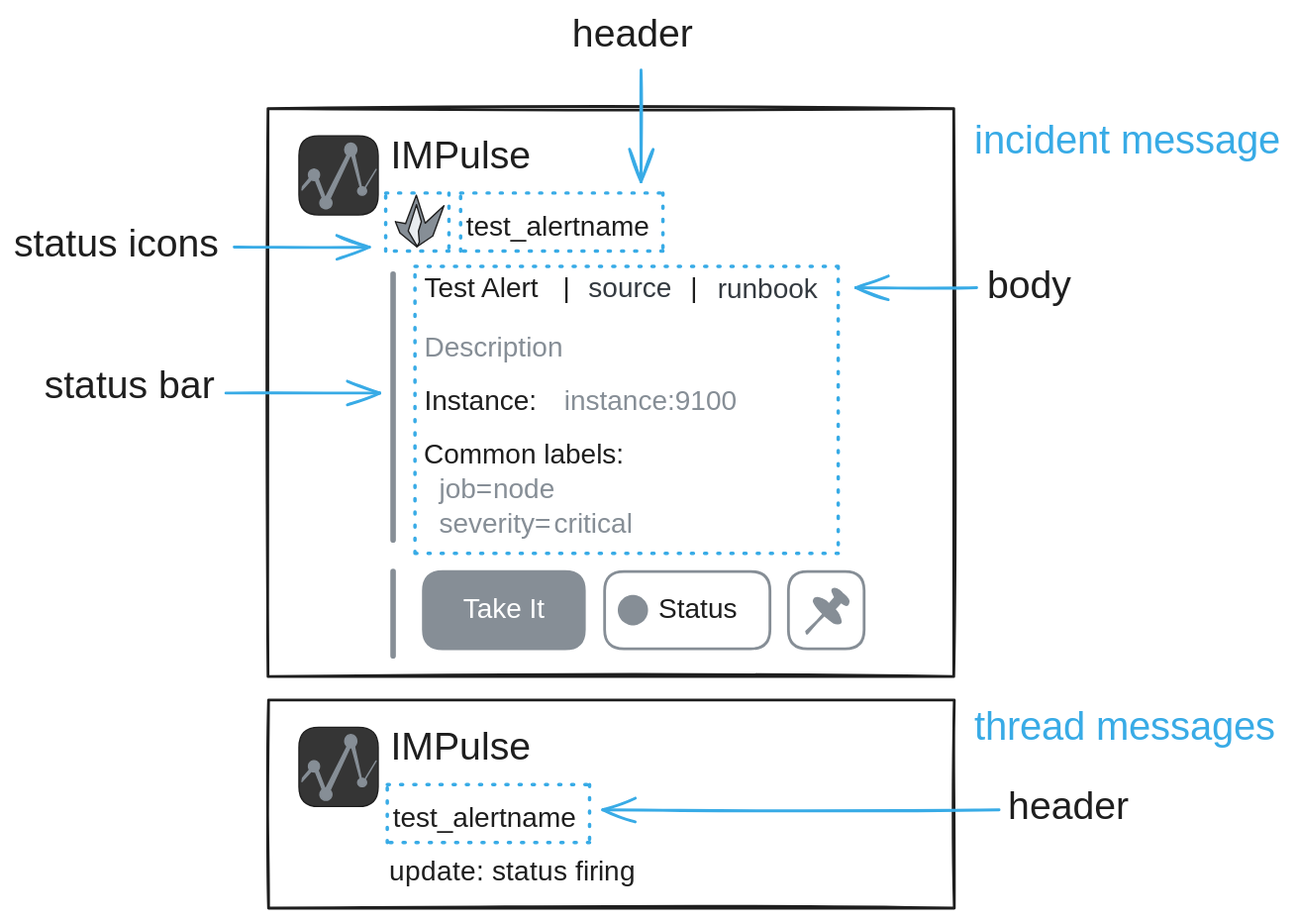
Earlier version of the Excalidraw export docs/content/media/impulse_slack_message_structure.excalidraw.svg (eslupmi/impulse). Source tidied: one line per element, renumbered; positions are measured from the earlier drawing's top-left corner, leaving out a move shared by most shapes. The source it was exported from:
```json
{"id": 0, "type": "rectangle", "strokeColor": "#1e1e1e", "strokeWidth": 2, "roughness": 1, "x": 183, "y": 68, "width": 495, "height": 410}
{"id": 1, "type": "text", "text": "IMPulse", "strokeColor": "#1e1e1e", "strokeWidth": 2, "roughness": 1, "fontSize": 28, "fontFamily": 2, "x": 272, "y": 88, "width": 101, "height": 32}
{"id": 2, "type": "rectangle", "strokeColor": "#1e1e1e", "backgroundColor": "#353535", "fillStyle": "solid", "strokeWidth": 1, "roughness": 0, "round": true, "x": 206, "y": 88, "width": 57, "height": 57}
{"id": 3, "type": "line", "strokeColor": "#868e96", "backgroundColor": "#868e96", "fillStyle": "solid", "strokeWidth": 1, "roughness": 0, "x": 208, "y": 125, "width": 53, "height": 45, "points": [[0, 0], [9, -11], [16, 8], [36, -30], [43, 4], [53, -12], [43, 5], [35, -24], [17, 15], [8, -7], [0, 2]]}
{"id": 4, "type": "ellipse", "strokeColor": "#868e96", "backgroundColor": "#868e96", "fillStyle": "solid", "strokeWidth": 1, "roughness": 0, "x": 239, "y": 93, "width": 9, "height": 9}
{"id": 5, "type": "ellipse", "strokeColor": "#868e96", "backgroundColor": "#868e96", "fillStyle": "solid", "strokeWidth": 1, "roughness": 0, "x": 221, "y": 132, "width": 9, "height": 8}
{"id": 6, "type": "ellipse", "strokeColor": "#868e96", "backgroundColor": "#868e96", "fillStyle": "solid", "strokeWidth": 1, "roughness": 0, "x": 213, "y": 112, "width": 8, "height": 8}
{"id": 7, "type": "ellipse", "strokeColor": "#868e96", "backgroundColor": "#868e96", "fillStyle": "solid", "strokeWidth": 1, "roughness": 0, "x": 248, "y": 125, "width": 6, "height": 6}
{"id": 8, "type": "line", "strokeColor": "#1e1e1e", "backgroundColor": "#868e96", "fillStyle": "solid", "strokeWidth": 1, "roughness": 0, "x": 291, "y": 168, "width": 35, "height": 37, "points": [[0, 0], [-12, -10], [-15, -18], [-8, -17], [0, -37], [6, -17], [20, -30], [12, -8], [0, 0]]}
{"id": 9, "type": "line", "strokeColor": "#1e1e1e", "backgroundColor": "#e9ecef", "fillStyle": "solid", "strokeWidth": 1, "roughness": 0, "x": 291, "y": 168, "width": 10, "height": 30, "points": [[0, 0], [-7, -11], [-1, -30], [3, -18], [1, -11], [2, -3]]}
{"id": 10, "type": "text", "text": "test_alertname", "strokeColor": "#1e1e1e", "backgroundColor": "#ffec99", "fillStyle": "solid", "strokeWidth": 1, "roughness": 0, "fontSize": 20, "fontFamily": 2, "x": 326, "y": 143, "width": 132, "height": 23}
{"id": 11, "type": "line", "strokeColor": "#868e96", "backgroundColor": "#ffec99", "fillStyle": "solid", "strokeWidth": 4, "roughness": 0, "x": 274, "y": 188, "width": 0, "height": 192, "points": [[0, 0], [0, 192]]}
{"id": 12, "type": "text", "text": "Description", "strokeColor": "#868e96", "backgroundColor": "#ffec99", "fillStyle": "solid", "strokeWidth": 4, "roughness": 2, "fontSize": 20, "fontFamily": 2, "x": 296, "y": 231, "width": 100, "height": 23}
{"id": 13, "type": "text", "text": "Instance: ", "strokeColor": "#1e1e1e", "backgroundColor": "#ffec99", "fillStyle": "solid", "strokeWidth": 4, "roughness": 2, "fontSize": 20, "fontFamily": 2, "x": 296, "y": 269, "width": 87, "height": 23}
{"id": 14, "type": "text", "text": "instance:9100", "strokeColor": "#868e96", "backgroundColor": "#ffec99", "fillStyle": "solid", "strokeWidth": 4, "roughness": 2, "fontSize": 20, "fontFamily": 2, "x": 397, "y": 269, "width": 125, "height": 23}
{"id": 15, "type": "text", "text": "Common labels:", "strokeColor": "#1e1e1e", "backgroundColor": "#ffec99", "fillStyle": "solid", "strokeWidth": 4, "roughness": 2, "fontSize": 20, "fontFamily": 2, "x": 296, "y": 307, "width": 145, "height": 23}
{"id": 16, "type": "text", "text": "  job=", "strokeColor": "#868e96", "backgroundColor": "#ffec99", "fillStyle": "solid", "strokeWidth": 4, "roughness": 2, "fontSize": 20, "fontFamily": 2, "x": 296, "y": 332, "width": 49, "height": 23}
{"id": 17, "type": "text", "text": "node", "strokeColor": "#868e96", "backgroundColor": "#ffec99", "fillStyle": "solid", "strokeWidth": 4, "roughness": 2, "fontSize": 20, "fontFamily": 2, "x": 346, "y": 332, "width": 44, "height": 23}
{"id": 18, "type": "text", "text": "  severity=", "strokeColor": "#868e96", "backgroundColor": "#ffec99", "fillStyle": "solid", "strokeWidth": 4, "roughness": 2, "fontSize": 20, "fontFamily": 2, "x": 296, "y": 357, "width": 92, "height": 23}
{"id": 19, "type": "text", "text": "critical", "strokeColor": "#868e96", "backgroundColor": "#ffec99", "fillStyle": "solid", "strokeWidth": 4, "roughness": 2, "fontSize": 20, "fontFamily": 2, "x": 390, "y": 357, "width": 57, "height": 23}
{"id": 20, "type": "line", "strokeColor": "#868e96", "backgroundColor": "#ffec99", "fillStyle": "solid", "strokeWidth": 4, "roughness": 0, "x": 274, "y": 402, "width": 0, "height": 61, "points": [[0, 0], [0, 61]]}
{"id": 21, "type": "text", "text": "Test Alert", "strokeColor": "#1e1e1e", "backgroundColor": "#ffec99", "fillStyle": "solid", "strokeWidth": 4, "roughness": 2, "fontSize": 20, "fontFamily": 2, "x": 296, "y": 188, "width": 83, "height": 23}
{"id": 22, "type": "text", "text": "source", "strokeColor": "#343a40", "backgroundColor": "#ffec99", "fillStyle": "solid", "strokeWidth": 4, "roughness": 2, "fontSize": 20, "fontFamily": 2, "x": 415, "y": 188, "width": 60, "height": 23}
{"id": 23, "type": "text", "text": "|", "strokeColor": "#1e1e1e", "backgroundColor": "#ffec99", "fillStyle": "solid", "strokeWidth": 4, "roughness": 2, "fontSize": 20, "fontFamily": 2, "x": 488, "y": 187, "width": 5, "height": 23}
{"id": 24, "type": "text", "text": "runbook", "strokeColor": "#343a40", "backgroundColor": "#ffec99", "fillStyle": "solid", "strokeWidth": 4, "roughness": 2, "fontSize": 20, "fontFamily": 2, "x": 508, "y": 188, "width": 72, "height": 23}
{"id": 25, "type": "text", "text": "|", "strokeColor": "#1e1e1e", "backgroundColor": "#ffec99", "fillStyle": "solid", "strokeWidth": 4, "roughness": 2, "fontSize": 20, "fontFamily": 2, "x": 396, "y": 188, "width": 5, "height": 23}
{"id": 26, "type": "rectangle", "strokeColor": "#38abe6", "strokeWidth": 2, "strokeStyle": "dotted", "roughness": 0, "x": 322, "y": 129, "width": 146, "height": 42}
{"id": 27, "type": "rectangle", "strokeColor": "#38abe6", "strokeWidth": 2, "strokeStyle": "dotted", "roughness": 0, "x": 268, "y": 129, "width": 46, "height": 42}
{"id": 28, "type": "rectangle", "strokeColor": "#38abe6", "strokeWidth": 2, "strokeStyle": "dotted", "roughness": 0, "x": 289, "y": 182, "width": 305, "height": 207}
{"id": 29, "type": "text", "text": "header", "strokeColor": "#1e1e1e", "strokeWidth": 2, "roughness": 0, "fontSize": 28, "fontFamily": 2, "x": 403, "y": 0, "width": 87, "height": 32}
{"id": 30, "type": "text", "text": "body", "strokeColor": "#1e1e1e", "strokeWidth": 2, "roughness": 0, "fontSize": 28, "fontFamily": 2, "x": 702, "y": 181, "width": 61, "height": 32}
{"id": 31, "type": "text", "text": "status icons", "strokeColor": "#1e1e1e", "strokeWidth": 2, "roughness": 0, "fontSize": 28, "fontFamily": 2, "x": 0, "y": 151, "width": 148, "height": 32}
{"id": 32, "type": "arrow", "strokeColor": "#38abe6", "strokeWidth": 2, "roughness": 1, "endArrowhead": "arrow", "from": 29, "to": 26, "x": 452, "y": 40, "width": 0, "height": 81, "points": [[0, 0], [0, 81]]}
{"id": 33, "type": "arrow", "strokeColor": "#38abe6", "strokeWidth": 2, "roughness": 1, "endArrowhead": "arrow", "from": 30, "to": 28, "x": 695, "y": 198, "width": 87, "height": 0, "points": [[0, 0], [-87, 0]]}
{"id": 34, "type": "arrow", "strokeColor": "#38abe6", "strokeWidth": 2, "roughness": 1, "endArrowhead": "arrow", "from": 31, "to": 27, "x": 159, "y": 168, "width": 98, "height": 0, "points": [[0, 0], [98, 0]]}
{"id": 35, "type": "rectangle", "strokeColor": "#868e96", "backgroundColor": "#868e96", "fillStyle": "solid", "strokeWidth": 2, "roughness": 0, "round": true, "x": 295, "y": 402, "width": 116, "height": 56}
{"id": 36, "type": "text", "text": "Take It", "strokeColor": "#ffffff", "backgroundColor": "#099268", "fillStyle": "solid", "strokeWidth": 2, "roughness": 0, "fontSize": 20, "fontFamily": 2, "textAlign": "center", "verticalAlign": "middle", "inside": 35, "x": 324, "y": 419, "width": 59, "height": 23}
{"id": 37, "type": "rectangle", "strokeColor": "#868e96", "backgroundColor": "#ffffff", "fillStyle": "solid", "strokeWidth": 2, "roughness": 0, "round": true, "x": 426, "y": 402, "width": 119, "height": 56}
{"id": 38, "type": "text", "text": "Status", "strokeColor": "#1e1e1e", "backgroundColor": "#ffffff", "fillStyle": "solid", "strokeWidth": 2, "roughness": 0, "fontSize": 20, "fontFamily": 2, "textAlign": "right", "x": 465, "y": 419, "width": 57, "height": 23}
{"id": 39, "type": "ellipse", "strokeColor": "transparent", "backgroundColor": "#868e96", "fillStyle": "solid", "strokeWidth": 2, "roughness": 0, "round": true, "x": 436, "y": 419, "width": 22, "height": 22}
{"id": 40, "type": "rectangle", "strokeColor": "#868e96", "backgroundColor": "#ffffff", "fillStyle": "solid", "strokeWidth": 2, "roughness": 0, "round": true, "x": 559, "y": 402, "width": 55, "height": 56}
{"id": 41, "type": "ellipse", "strokeColor": "#868e96", "angle": 0.75, "backgroundColor": "#868e96", "fillStyle": "solid", "strokeWidth": 2, "roughness": 1, "round": true, "x": 590, "y": 418, "width": 14, "height": 4}
{"id": 42, "type": "rectangle", "strokeColor": "#868e96", "angle": 0.75, "backgroundColor": "#868e96", "fillStyle": "solid", "strokeWidth": 2, "roughness": 1, "round": true, "x": 590, "y": 419, "width": 5, "height": 12}
{"id": 43, "type": "line", "strokeColor": "#868e96", "angle": 0.75, "backgroundColor": "#868e96", "fillStyle": "solid", "strokeWidth": 2, "roughness": 1, "round": true, "x": 578, "y": 431, "width": 0, "height": 18, "points": [[0, 0], [0, 18]]}
{"id": 44, "type": "ellipse", "strokeColor": "#868e96", "angle": 0.75, "backgroundColor": "#868e96", "fillStyle": "solid", "strokeWidth": 2, "roughness": 1, "round": true, "x": 575, "y": 427, "width": 24, "height": 8}
{"id": 45, "type": "rectangle", "strokeColor": "#1e1e1e", "strokeWidth": 2, "roughness": 1, "x": 184, "y": 495, "width": 495, "height": 150}
{"id": 46, "type": "text", "text": "IMPulse", "strokeColor": "#1e1e1e", "strokeWidth": 2, "roughness": 1, "fontSize": 28, "fontFamily": 2, "x": 272, "y": 514, "width": 101, "height": 32}
{"id": 47, "type": "rectangle", "strokeColor": "#1e1e1e", "backgroundColor": "#353535", "fillStyle": "solid", "strokeWidth": 1, "roughness": 0, "round": true, "x": 206, "y": 515, "width": 57, "height": 57}
{"id": 48, "type": "line", "strokeColor": "#868e96", "backgroundColor": "#868e96", "fillStyle": "solid", "strokeWidth": 1, "roughness": 0, "x": 208, "y": 551, "width": 53, "height": 45, "points": [[0, 0], [9, -11], [16, 8], [36, -30], [43, 4], [53, -12], [43, 5], [35, -24], [17, 15], [8, -7], [0, 2]]}
{"id": 49, "type": "ellipse", "strokeColor": "#868e96", "backgroundColor": "#868e96", "fillStyle": "solid", "strokeWidth": 1, "roughness": 0, "x": 239, "y": 520, "width": 9, "height": 9}
{"id": 50, "type": "ellipse", "strokeColor": "#868e96", "backgroundColor": "#868e96", "fillStyle": "solid", "strokeWidth": 1, "roughness": 0, "x": 221, "y": 559, "width": 9, "height": 8}
{"id": 51, "type": "ellipse", "strokeColor": "#868e96", "backgroundColor": "#868e96", "fillStyle": "solid", "strokeWidth": 1, "roughness": 0, "x": 213, "y": 539, "width": 8, "height": 8}
{"id": 52, "type": "ellipse", "strokeColor": "#868e96", "backgroundColor": "#868e96", "fillStyle": "solid", "strokeWidth": 1, "roughness": 0, "x": 248, "y": 551, "width": 6, "height": 6}
{"id": 53, "type": "text", "text": "test_alertname", "strokeColor": "#1e1e1e", "backgroundColor": "#ffec99", "fillStyle": "solid", "strokeWidth": 1, "roughness": 0, "fontSize": 20, "fontFamily": 2, "x": 273, "y": 570, "width": 132, "height": 23}
{"id": 54, "type": "rectangle", "strokeColor": "#38abe6", "strokeWidth": 2, "strokeStyle": "dotted", "roughness": 0, "x": 269, "y": 556, "width": 146, "height": 42}
{"id": 55, "type": "text", "text": "header", "strokeColor": "#1e1e1e", "strokeWidth": 2, "roughness": 0, "fontSize": 28, "fontFamily": 2, "x": 717, "y": 557, "width": 87, "height": 32}
{"id": 56, "type": "arrow", "strokeColor": "#38abe6", "strokeWidth": 2, "roughness": 1, "endArrowhead": "arrow", "from": 55, "to": 54, "x": 711, "y": 574, "width": 286, "height": 0, "points": [[0, 0], [-286, 0]]}
{"id": 57, "type": "text", "text": "update: status firing", "strokeColor": "#1e1e1e", "strokeWidth": 2, "roughness": 1, "fontSize": 20, "fontFamily": 6, "x": 271, "y": 605, "width": 180, "height": 27}
{"id": 58, "type": "text", "text": "incident message", "strokeColor": "#38abe6", "strokeWidth": 2, "roughness": 1, "fontSize": 28.39, "fontFamily": 6, "x": 693, "y": 72, "width": 223, "height": 38}
{"id": 59, "type": "text", "text": "thread messages", "strokeColor": "#38abe6", "strokeWidth": 2, "roughness": 1, "fontSize": 28.39, "fontFamily": 6, "x": 693, "y": 495, "width": 219, "height": 38}
{"id": 60, "type": "text", "text": "status bar", "strokeColor": "#1e1e1e", "strokeWidth": 2, "roughness": 0, "fontSize": 28, "fontFamily": 2, "x": 22, "y": 254, "width": 123, "height": 32}
{"id": 61, "type": "arrow", "strokeColor": "#38abe6", "strokeWidth": 2, "roughness": 1, "endArrowhead": "arrow", "x": 153, "y": 274, "width": 111, "height": 0, "points": [[0, 0], [111, 0]]}
```
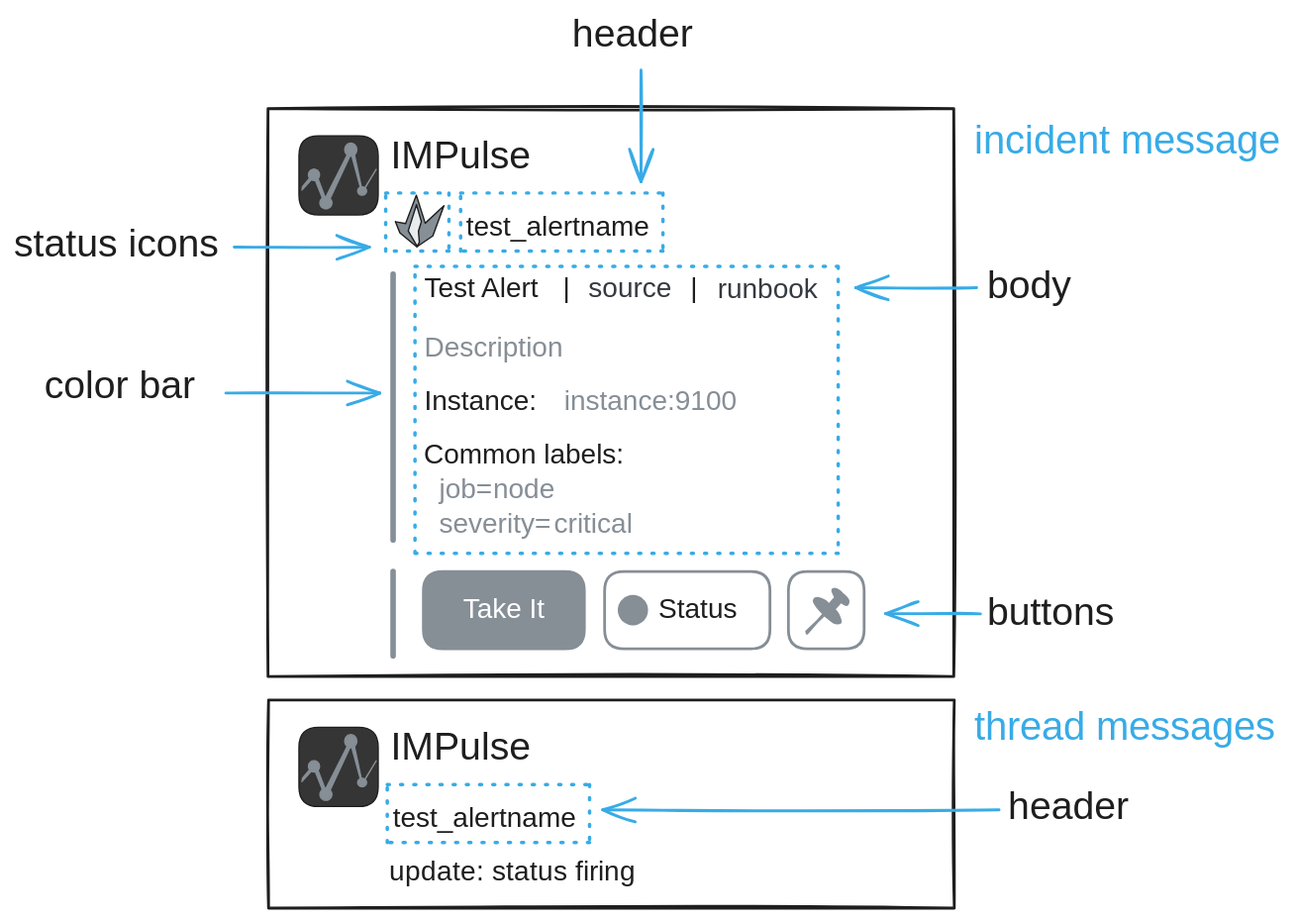
The same diagram one commit later.

Commit message:
Update message_structure picures, move buttons.md to incident.md, fix `unknown` status text

What changed in the source:
```diff
@@ -58,5 +58,7 @@
 {"id": 57, "type": "text", "text": "update: status firing", "strokeColor": "#1e1e1e", "strokeWidth": 2, "roughness": 1, "fontSize": 20, "fontFamily": 6, "x": 271, "y": 605, "width": 180, "height": 27}
 {"id": 58, "type": "text", "text": "incident message", "strokeColor": "#38abe6", "strokeWidth": 2, "roughness": 1, "fontSize": 28.39, "fontFamily": 6, "x": 693, "y": 72, "width": 223, "height": 38}
 {"id": 59, "type": "text", "text": "thread messages", "strokeColor": "#38abe6", "strokeWidth": 2, "roughness": 1, "fontSize": 28.39, "fontFamily": 6, "x": 693, "y": 495, "width": 219, "height": 38}
-{"id": 60, "type": "text", "text": "status bar", "strokeColor": "#1e1e1e", "strokeWidth": 2, "roughness": 0, "fontSize": 28, "fontFamily": 2, "x": 22, "y": 254, "width": 123, "height": 32}
+{"id": 60, "type": "text", "text": "color bar", "strokeColor": "#1e1e1e", "strokeWidth": 2, "roughness": 0, "fontSize": 28, "fontFamily": 2, "x": 22, "y": 254, "width": 109, "height": 32}
 {"id": 61, "type": "arrow", "strokeColor": "#38abe6", "strokeWidth": 2, "roughness": 1, "endArrowhead": "arrow", "x": 153, "y": 274, "width": 111, "height": 0, "points": [[0, 0], [111, 0]]}
+{"id": 62, "type": "text", "text": "buttons", "strokeColor": "#1e1e1e", "strokeWidth": 2, "roughness": 0, "fontSize": 28, "fontFamily": 2, "x": 702, "y": 417, "width": 92, "height": 32}
+{"id": 63, "type": "arrow", "strokeColor": "#38abe6", "strokeWidth": 2, "roughness": 1, "endArrowhead": "arrow", "x": 697, "y": 433, "width": 68, "height": 0, "points": [[0, 0], [-68, 0]]}
```
